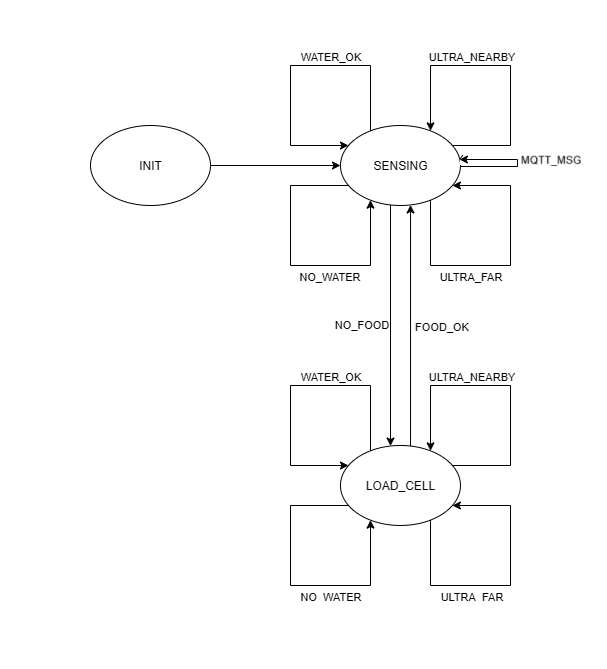
This is Embebido/Proyecto_sin_Vibecoding/Wokwi_Files/SISOP_STATES.png from UNLAM-SOA/2025-SOA-Q2-M4, a draw.io export, as it was before one commit. Source tidied: cells renumbered, new cells last; positions are measured from the earlier drawing's top-left corner, leaving out a move shared by most shapes. Source of this version:
```xml
<mxGraphModel>
  <root>
    <mxCell id="0" />
    <mxCell id="1" parent="0" />
    <mxCell id="2" style="edgeStyle=orthogonalEdgeStyle;rounded=0;jettySize=auto;html=1;" parent="1" edge="1" source="3">
      <mxGeometry relative="1" as="geometry">
        <mxPoint x="250" y="100" as="targetPoint" />
        <Array as="points">
          <mxPoint x="100" y="100" />
          <mxPoint x="100" y="100" />
        </Array>
      </mxGeometry>
    </mxCell>
    <mxCell id="3" value="INIT" style="ellipse;whiteSpace=wrap;html=1;" parent="1" vertex="1">
      <mxGeometry y="60" width="120" height="80" as="geometry" />
    </mxCell>
    <mxCell id="4" style="edgeStyle=orthogonalEdgeStyle;rounded=0;jettySize=auto;html=1;" parent="1" edge="1" source="8" target="17">
      <mxGeometry relative="1" as="geometry">
        <Array as="points">
          <mxPoint x="300" y="270" />
          <mxPoint x="300" y="270" />
        </Array>
      </mxGeometry>
    </mxCell>
    <mxCell id="5" value="NO_FOOD" style="edgeLabel;html=1;align=center;verticalAlign=middle;" parent="4" vertex="1">
      <mxGeometry x="-0.06" y="-2" relative="1" as="geometry">
        <mxPoint x="-28" y="6" as="offset" />
      </mxGeometry>
    </mxCell>
    <mxCell id="6" style="edgeStyle=orthogonalEdgeStyle;rounded=0;jettySize=auto;html=1;" parent="1" edge="1" target="8">
      <mxGeometry relative="1" as="geometry">
        <mxPoint x="320" y="401.1" as="sourcePoint" />
        <Array as="points">
          <mxPoint x="321" y="401" />
        </Array>
      </mxGeometry>
    </mxCell>
    <mxCell id="7" value="FOOD_OK" style="edgeLabel;html=1;align=center;verticalAlign=middle;" parent="6" vertex="1">
      <mxGeometry x="-0.04" relative="1" as="geometry">
        <mxPoint x="30" y="-16" as="offset" />
      </mxGeometry>
    </mxCell>
    <mxCell id="8" value="SENSING" style="ellipse;whiteSpace=wrap;html=1;" parent="1" vertex="1">
      <mxGeometry x="250" y="60" width="120" height="80" as="geometry" />
    </mxCell>
    <mxCell id="9" style="edgeStyle=orthogonalEdgeStyle;rounded=0;orthogonalLoop=1;jettySize=auto;html=1;" parent="1" edge="1" source="8" target="8">
      <mxGeometry relative="1" as="geometry">
        <Array as="points">
          <mxPoint x="420" y="80" />
          <mxPoint x="420" />
          <mxPoint x="340" />
        </Array>
      </mxGeometry>
    </mxCell>
    <mxCell id="10" value="ULTRA_NEARBY" style="edgeLabel;html=1;align=center;verticalAlign=middle;" parent="9" vertex="1">
      <mxGeometry x="0.27" y="2" relative="1" as="geometry">
        <mxPoint x="3" y="-12" as="offset" />
      </mxGeometry>
    </mxCell>
    <mxCell id="11" style="edgeStyle=orthogonalEdgeStyle;rounded=0;orthogonalLoop=1;jettySize=auto;html=1;" parent="1" edge="1" source="8" target="8">
      <mxGeometry relative="1" as="geometry">
        <Array as="points">
          <mxPoint x="340" y="200" />
          <mxPoint x="420" y="200" />
          <mxPoint x="420" y="120" />
        </Array>
      </mxGeometry>
    </mxCell>
    <mxCell id="12" value="ULTRA_FAR" style="edgeLabel;html=1;align=center;verticalAlign=middle;" parent="11" vertex="1">
      <mxGeometry x="-0.12" y="-2" relative="1" as="geometry">
        <mxPoint x="-19" y="8" as="offset" />
      </mxGeometry>
    </mxCell>
    <mxCell id="13" style="edgeStyle=orthogonalEdgeStyle;rounded=0;orthogonalLoop=1;jettySize=auto;html=1;" parent="1" edge="1" source="8" target="8">
      <mxGeometry relative="1" as="geometry">
        <Array as="points">
          <mxPoint x="200" y="120" />
          <mxPoint x="200" y="200" />
          <mxPoint x="280" y="200" />
        </Array>
      </mxGeometry>
    </mxCell>
    <mxCell id="14" value="NO_WATER" style="edgeLabel;html=1;align=center;verticalAlign=middle;" parent="13" vertex="1">
      <mxGeometry x="0.18" relative="1" as="geometry">
        <mxPoint x="10" y="10" as="offset" />
      </mxGeometry>
    </mxCell>
    <mxCell id="15" style="edgeStyle=orthogonalEdgeStyle;rounded=0;orthogonalLoop=1;jettySize=auto;html=1;" parent="1" edge="1" source="8" target="8">
      <mxGeometry relative="1" as="geometry">
        <Array as="points">
          <mxPoint x="280" />
          <mxPoint x="200" />
          <mxPoint x="200" y="80" />
        </Array>
      </mxGeometry>
    </mxCell>
    <mxCell id="16" value="WATER_OK" style="edgeLabel;html=1;align=center;verticalAlign=middle;" parent="15" vertex="1">
      <mxGeometry x="-0.22" y="-2" relative="1" as="geometry">
        <mxPoint x="5" y="-8" as="offset" />
      </mxGeometry>
    </mxCell>
    <mxCell id="17" value="LOAD_CELL" style="ellipse;whiteSpace=wrap;html=1;" parent="1" vertex="1">
      <mxGeometry x="250" y="380" width="120" height="80" as="geometry" />
    </mxCell>
    <mxCell id="18" style="edgeStyle=orthogonalEdgeStyle;rounded=0;orthogonalLoop=1;jettySize=auto;html=1;" parent="1" edge="1" source="17" target="17">
      <mxGeometry relative="1" as="geometry">
        <Array as="points">
          <mxPoint x="420" y="400" />
          <mxPoint x="420" y="320" />
          <mxPoint x="340" y="320" />
        </Array>
      </mxGeometry>
    </mxCell>
    <mxCell id="19" value="ULTRA_NEARBY" style="edgeLabel;html=1;align=center;verticalAlign=middle;" parent="18" vertex="1">
      <mxGeometry x="0.29" y="-1" relative="1" as="geometry">
        <mxPoint x="5" y="-9" as="offset" />
      </mxGeometry>
    </mxCell>
    <mxCell id="20" style="edgeStyle=orthogonalEdgeStyle;rounded=0;orthogonalLoop=1;jettySize=auto;html=1;" parent="1" edge="1" source="17" target="17">
      <mxGeometry relative="1" as="geometry">
        <Array as="points">
          <mxPoint x="340" y="520" />
          <mxPoint x="420" y="520" />
          <mxPoint x="420" y="440" />
        </Array>
      </mxGeometry>
    </mxCell>
    <mxCell id="21" value="ULTRA_FAR" style="edgeLabel;html=1;align=center;verticalAlign=middle;" parent="20" vertex="1">
      <mxGeometry x="-0.19" y="-1" relative="1" as="geometry">
        <mxPoint x="-9" y="9" as="offset" />
      </mxGeometry>
    </mxCell>
    <mxCell id="22" style="edgeStyle=orthogonalEdgeStyle;rounded=0;orthogonalLoop=1;jettySize=auto;html=1;" parent="1" edge="1" source="17" target="17">
      <mxGeometry relative="1" as="geometry">
        <Array as="points">
          <mxPoint x="200" y="440" />
          <mxPoint x="200" y="520" />
          <mxPoint x="280" y="520" />
        </Array>
      </mxGeometry>
    </mxCell>
    <mxCell id="23" value="NO_WATER" style="edgeLabel;html=1;align=center;verticalAlign=middle;" parent="22" vertex="1">
      <mxGeometry x="0.13" y="1" relative="1" as="geometry">
        <mxPoint x="18" y="11" as="offset" />
      </mxGeometry>
    </mxCell>
    <mxCell id="24" style="edgeStyle=orthogonalEdgeStyle;rounded=0;orthogonalLoop=1;jettySize=auto;html=1;" parent="1" edge="1" source="17" target="17">
      <mxGeometry relative="1" as="geometry">
        <Array as="points">
          <mxPoint x="280" y="320" />
          <mxPoint x="200" y="320" />
          <mxPoint x="200" y="400" />
        </Array>
      </mxGeometry>
    </mxCell>
    <mxCell id="25" value="WATER_OK" style="edgeLabel;html=1;align=center;verticalAlign=middle;" parent="24" vertex="1">
      <mxGeometry x="-0.06" y="-2" relative="1" as="geometry">
        <mxPoint x="27" y="-8" as="offset" />
      </mxGeometry>
    </mxCell>
  </root>
</mxGraphModel>
```
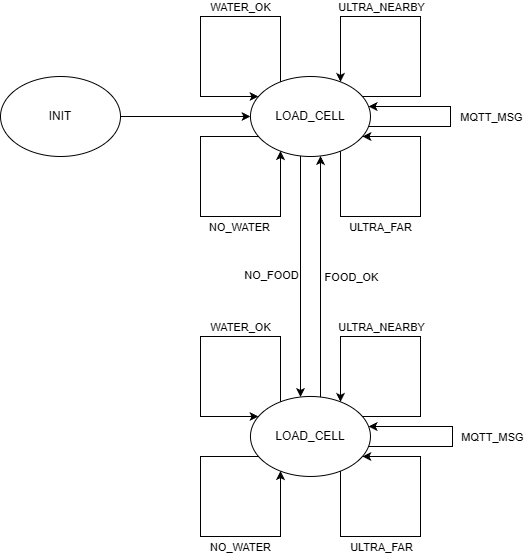
The same file after the commit.

Commit message:
Lineamientos finales

What changed in the source:
```diff
@@ -40,7 +40,7 @@
         <mxPoint x="30" y="-16" as="offset" />
       </mxGeometry>
     </mxCell>
-    <mxCell id="8" value="SENSING" style="ellipse;whiteSpace=wrap;html=1;" parent="1" vertex="1">
+    <mxCell id="8" value="LOAD_CELL" style="ellipse;whiteSpace=wrap;html=1;" parent="1" vertex="1">
       <mxGeometry x="250" y="60" width="120" height="80" as="geometry" />
     </mxCell>
     <mxCell id="9" style="edgeStyle=orthogonalEdgeStyle;rounded=0;orthogonalLoop=1;jettySize=auto;html=1;" parent="1" edge="1" source="8" target="8">
@@ -158,5 +158,31 @@
         <mxPoint x="27" y="-8" as="offset" />
       </mxGeometry>
     </mxCell>
+    <mxCell id="26" style="edgeStyle=orthogonalEdgeStyle;rounded=0;orthogonalLoop=1;jettySize=auto;html=1;" parent="1" edge="1" source="8" target="8">
+      <mxGeometry relative="1" as="geometry">
+        <Array as="points">
+          <mxPoint x="450" y="110" />
+          <mxPoint x="450" y="90" />
+        </Array>
+      </mxGeometry>
+    </mxCell>
+    <mxCell id="27" value="MQTT_MSG" style="edgeLabel;html=1;align=center;verticalAlign=middle;" parent="26" vertex="1">
+      <mxGeometry x="-0.12" y="-2" relative="1" as="geometry">
+        <mxPoint x="41" y="-12" as="offset" />
+      </mxGeometry>
+    </mxCell>
+    <mxCell id="28" style="edgeStyle=orthogonalEdgeStyle;rounded=0;orthogonalLoop=1;jettySize=auto;html=1;" parent="1" edge="1" source="17" target="17">
+      <mxGeometry relative="1" as="geometry">
+        <Array as="points">
+          <mxPoint x="452" y="430" />
+          <mxPoint x="452" y="410" />
+        </Array>
+      </mxGeometry>
+    </mxCell>
+    <mxCell id="29" value="MQTT_MSG" style="edgeLabel;html=1;align=center;verticalAlign=middle;" parent="28" vertex="1">
+      <mxGeometry x="-0.12" y="-2" relative="1" as="geometry">
+        <mxPoint x="41" y="-12" as="offset" />
+      </mxGeometry>
+    </mxCell>
   </root>
 </mxGraphModel>
```
